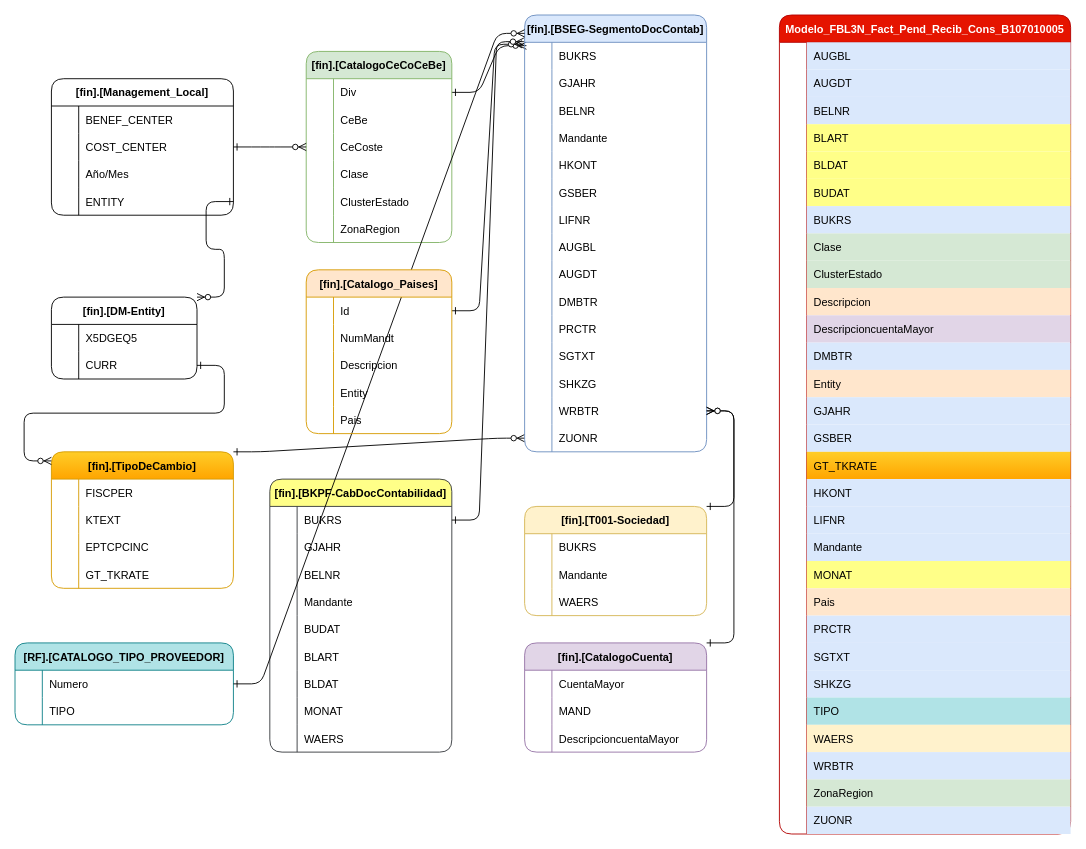
The draw.io diagram FBL3N_Fact_1.drawio in ale230131/ale230131, before the edit. Source tidied: cells renumbered, new cells numbered last; positions are measured from the earlier drawing's top-left corner, leaving out a move shared by most shapes. Both pictures are drawn from the tidied source at 91%, with x=0, y=0 at pixel (-13, 15).
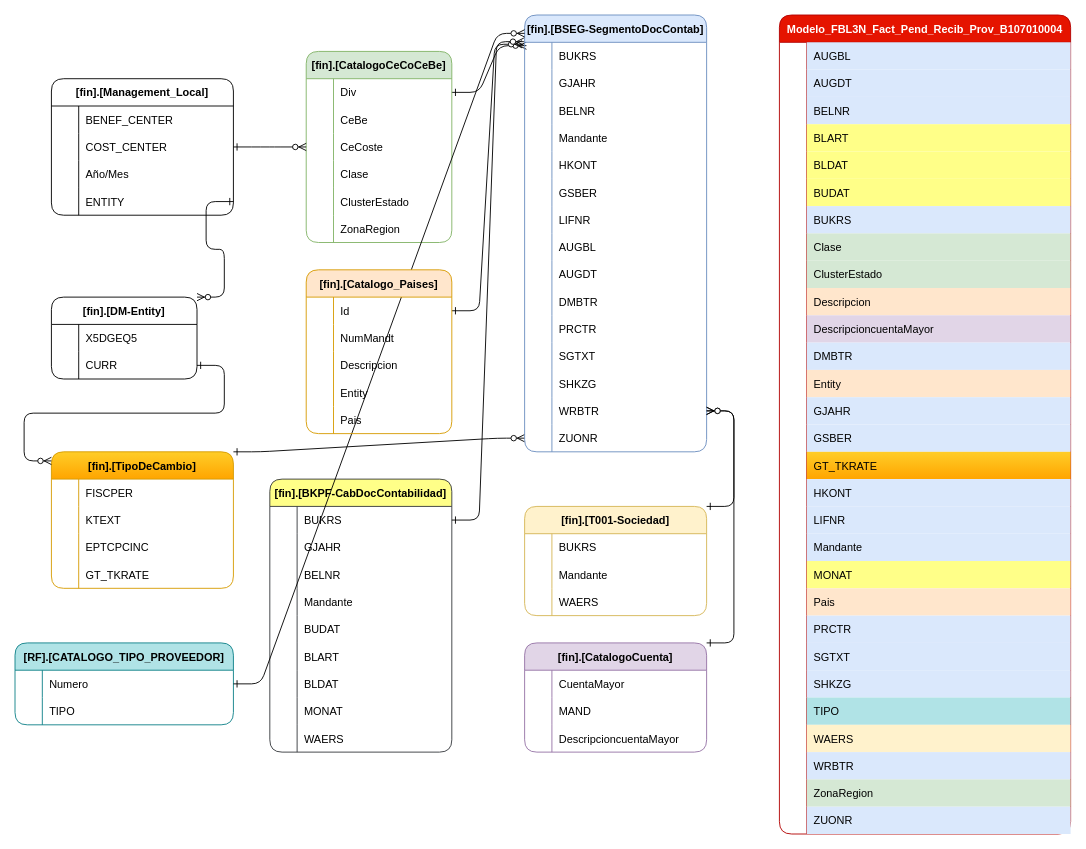
The same page after the edit.

The edit, as a diff of the source:
```diff
@@
-    <mxCell id="4" value="Modelo_FBL3N_Fact_Pend_Recib_Cons_B107010005" style="shape=table;startSize=30;childLayout=tableLayout;rowLines=0;fontStyle=1;align=center;fillColor=#e51400;fontColor=#ffffff;strokeColor=#B20000;rounded=1;" parent="1" vertex="1">
+    <mxCell id="4" value="Modelo_FBL3N_Fact_Pend_Recib_Prov_B107010004" style="shape=table;startSize=30;childLayout=tableLayout;rowLines=0;fontStyle=1;align=center;fillColor=#e51400;fontColor=#ffffff;strokeColor=#B20000;rounded=1;" parent="1" vertex="1">
       <mxGeometry x="870" width="320" height="900" as="geometry" />
     </mxCell>
```
